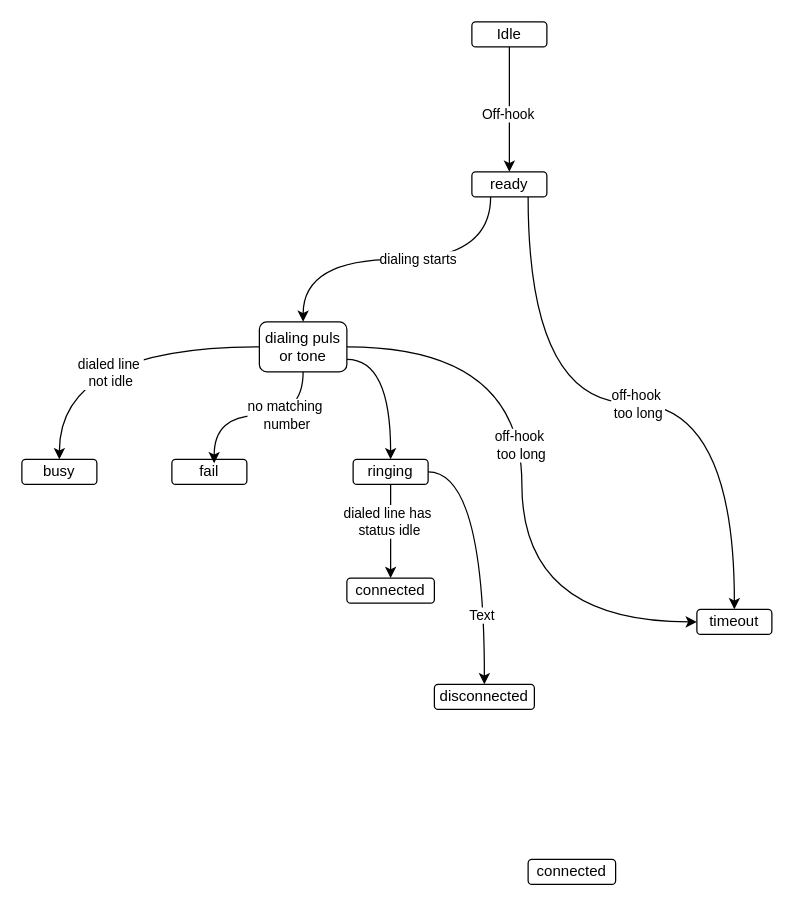
ondfrukt/LineModeHandler keeps this draw.io diagram as Namnlöst diagram.drawio. Above is the earlier version. Source tidied: cells renumbered, new cells numbered last; positions are measured from the earlier drawing's top-left corner, leaving out a move shared by most shapes. Both pictures are drawn from the tidied source at 125%, with x=0, y=0 at pixel (21, 21).
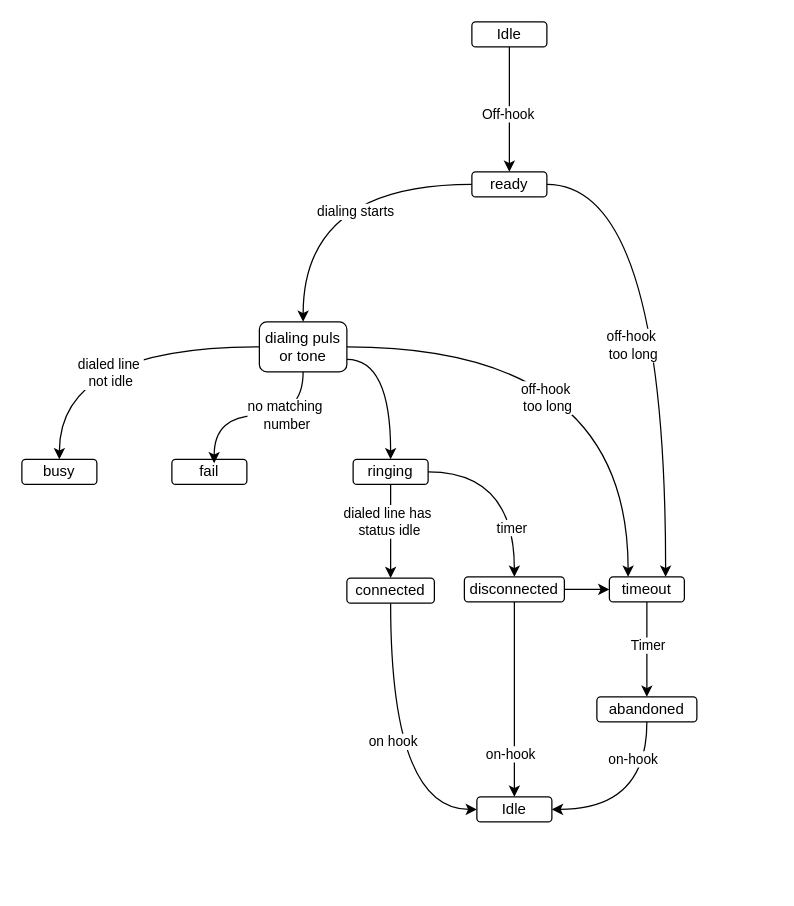
Above is the later version.

Unchanged cells that the change refers to:
```xml
<mxCell id="9" value="ready" style="rounded=1;whiteSpace=wrap;html=1;" parent="1" vertex="1">
  <mxGeometry x="360" y="120" width="60" height="20" as="geometry" />
</mxCell>
<mxCell id="15" value="dialing puls or tone" style="rounded=1;whiteSpace=wrap;html=1;" parent="1" vertex="1">
  <mxGeometry x="190" y="240" width="70" height="40" as="geometry" />
</mxCell>
<mxCell id="21" style="edgeStyle=orthogonalEdgeStyle;curved=1;rounded=0;jettySize=auto;html=1;exitX=1;exitY=0.5;exitDx=0;exitDy=0;entryX=0.5;entryY=0;entryDx=0;entryDy=0;" parent="1" edge="1" source="23" target="27">
  <mxGeometry relative="1" as="geometry" />
</mxCell>
<mxCell id="24" value="connected" style="rounded=1;whiteSpace=wrap;html=1;" parent="1" vertex="1">
  <mxGeometry x="260" y="445" width="70" height="20" as="geometry" />
</mxCell>
```

What changed in the source:
```diff
@@
+    <mxCell id="7" style="edgeStyle=orthogonalEdgeStyle;curved=1;rounded=0;jettySize=auto;html=1;exitX=1;exitY=0.5;exitDx=0;exitDy=0;entryX=0.75;entryY=0;entryDx=0;entryDy=0;" parent="1" edge="1" source="9" target="16">
+      <mxGeometry relative="1" as="geometry" />
+    </mxCell>
+    <mxCell id="8" value="off-hook&amp;nbsp;&lt;div&gt;too long&lt;/div&gt;" style="edgeLabel;html=1;align=center;verticalAlign=middle;" parent="7" vertex="1">
+      <mxGeometry x="0.09" y="-27" relative="1" as="geometry" />
+    </mxCell>
-    <mxCell id="5" style="edgeStyle=orthogonalEdgeStyle;curved=1;rounded=0;jettySize=auto;html=1;exitX=0.25;exitY=1;exitDx=0;exitDy=0;entryX=0.5;entryY=0;entryDx=0;entryDy=0;" parent="1" edge="1" source="9" target="15">
+    <mxCell id="5" style="edgeStyle=orthogonalEdgeStyle;curved=1;rounded=0;jettySize=auto;html=1;exitX=0;exitY=0.5;exitDx=0;exitDy=0;" parent="1" edge="1" source="9" target="15">
       <mxGeometry relative="1" as="geometry" />
     </mxCell>
     <mxCell id="6" value="dialing starts" style="edgeLabel;html=1;align=center;verticalAlign=middle;" parent="5" vertex="1">
-      <mxGeometry x="-0.13" y="-1" relative="1" as="geometry" />
+      <mxGeometry x="-0.23" y="21" relative="1" as="geometry" />
     </mxCell>
-    <mxCell id="7" style="edgeStyle=orthogonalEdgeStyle;curved=1;rounded=0;jettySize=auto;html=1;exitX=0.75;exitY=1;exitDx=0;exitDy=0;entryX=0.5;entryY=0;entryDx=0;entryDy=0;" parent="1" edge="1" source="9" target="16">
-      <mxGeometry relative="1" as="geometry" />
-    </mxCell>
-    <mxCell id="8" value="off-hook&amp;nbsp;&lt;div&gt;too long&lt;/div&gt;" style="edgeLabel;html=1;align=center;verticalAlign=middle;" parent="7" vertex="1">
-      <mxGeometry x="0.02" relative="1" as="geometry" />
-    </mxCell>
@@
-    <mxCell id="13" style="edgeStyle=orthogonalEdgeStyle;curved=1;rounded=0;jettySize=auto;html=1;exitX=1;exitY=0.5;exitDx=0;exitDy=0;entryX=0;entryY=0.5;entryDx=0;entryDy=0;" parent="1" edge="1" source="15" target="16">
+    <mxCell id="13" style="edgeStyle=orthogonalEdgeStyle;curved=1;rounded=0;jettySize=auto;html=1;exitX=1;exitY=0.5;exitDx=0;exitDy=0;entryX=0.25;entryY=0;entryDx=0;entryDy=0;" parent="1" edge="1" source="15" target="16">
       <mxGeometry relative="1" as="geometry" />
     </mxCell>
     <mxCell id="14" value="off-hook&lt;div&gt;&amp;nbsp;too long&lt;/div&gt;" style="edgeLabel;html=1;align=center;verticalAlign=middle;" parent="13" vertex="1">
-      <mxGeometry x="-0.13" y="-3" relative="1" as="geometry" />
+      <mxGeometry x="-0.13" y="-3" relative="1" as="geometry">
+        <mxPoint x="-20" y="37" as="offset" />
+      </mxGeometry>
     </mxCell>
@@
+    <mxCell id="29" style="edgeStyle=orthogonalEdgeStyle;curved=1;rounded=0;jettySize=auto;html=1;exitX=0.5;exitY=1;exitDx=0;exitDy=0;entryX=0.5;entryY=0;entryDx=0;entryDy=0;" parent="1" edge="1" source="16" target="38">
+      <mxGeometry relative="1" as="geometry" />
+    </mxCell>
+    <mxCell id="30" value="Timer" style="edgeLabel;html=1;align=center;verticalAlign=middle;" parent="29" vertex="1">
+      <mxGeometry x="-0.1" relative="1" as="geometry" />
+    </mxCell>
     <mxCell id="16" value="timeout" style="rounded=1;whiteSpace=wrap;html=1;" parent="1" vertex="1">
-      <mxGeometry x="540" y="470" width="60" height="20" as="geometry" />
+      <mxGeometry x="470" y="444" width="60" height="20" as="geometry" />
     </mxCell>
@@
-    <mxCell id="22" value="Text" style="edgeLabel;html=1;align=center;verticalAlign=middle;" parent="21" vertex="1">
+    <mxCell id="22" value="timer" style="edgeLabel;html=1;align=center;verticalAlign=middle;" parent="21" vertex="1">
       <mxGeometry x="0.48" y="-3" relative="1" as="geometry" />
     </mxCell>
@@
+    <mxCell id="31" style="edgeStyle=orthogonalEdgeStyle;curved=1;rounded=0;jettySize=auto;html=1;exitX=0.5;exitY=1;exitDx=0;exitDy=0;entryX=0;entryY=0.5;entryDx=0;entryDy=0;" parent="1" edge="1" source="24" target="39">
+      <mxGeometry relative="1" as="geometry" />
+    </mxCell>
+    <mxCell id="32" value="on hook" style="edgeLabel;html=1;align=center;verticalAlign=middle;" parent="31" vertex="1">
+      <mxGeometry x="-0.06" y="1" relative="1" as="geometry" />
+    </mxCell>
@@
+    <mxCell id="33" style="edgeStyle=orthogonalEdgeStyle;curved=1;rounded=0;jettySize=auto;html=1;exitX=1;exitY=0.5;exitDx=0;exitDy=0;entryX=0;entryY=0.5;entryDx=0;entryDy=0;" parent="1" edge="1" source="27" target="16">
+      <mxGeometry relative="1" as="geometry" />
+    </mxCell>
+    <mxCell id="34" style="edgeStyle=orthogonalEdgeStyle;curved=1;rounded=0;jettySize=auto;html=1;exitX=0.5;exitY=1;exitDx=0;exitDy=0;entryX=0.5;entryY=0;entryDx=0;entryDy=0;" parent="1" edge="1" source="27" target="39">
+      <mxGeometry relative="1" as="geometry" />
+    </mxCell>
+    <mxCell id="35" value="on-hook" style="edgeLabel;html=1;align=center;verticalAlign=middle;" parent="34" vertex="1">
+      <mxGeometry x="-0.11" y="-12" relative="1" as="geometry">
+        <mxPoint x="8" y="52" as="offset" />
+      </mxGeometry>
+    </mxCell>
     <mxCell id="27" value="disconnected" style="rounded=1;whiteSpace=wrap;html=1;" parent="1" vertex="1">
-      <mxGeometry x="330" y="530" width="80" height="20" as="geometry" />
+      <mxGeometry x="354" y="444" width="80" height="20" as="geometry" />
     </mxCell>
-    <mxCell id="28" value="connected" style="rounded=1;whiteSpace=wrap;html=1;" parent="1" vertex="1">
-      <mxGeometry x="405" y="670" width="70" height="20" as="geometry" />
-    </mxCell>
+    <mxCell id="36" style="edgeStyle=orthogonalEdgeStyle;curved=1;rounded=0;jettySize=auto;html=1;exitX=0.5;exitY=1;exitDx=0;exitDy=0;entryX=1;entryY=0.5;entryDx=0;entryDy=0;" parent="1" edge="1" source="38" target="39">
+      <mxGeometry relative="1" as="geometry" />
+    </mxCell>
+    <mxCell id="37" value="on-hook" style="edgeLabel;html=1;align=center;verticalAlign=middle;" parent="36" vertex="1">
+      <mxGeometry x="0.12" y="-41" relative="1" as="geometry" />
+    </mxCell>
+    <mxCell id="38" value="abandoned" style="rounded=1;whiteSpace=wrap;html=1;" parent="1" vertex="1">
+      <mxGeometry x="460" y="540" width="80" height="20" as="geometry" />
+    </mxCell>
+    <mxCell id="39" value="Idle" style="rounded=1;whiteSpace=wrap;html=1;" parent="1" vertex="1">
+      <mxGeometry x="364" y="620" width="60" height="20" as="geometry" />
+    </mxCell>
```
